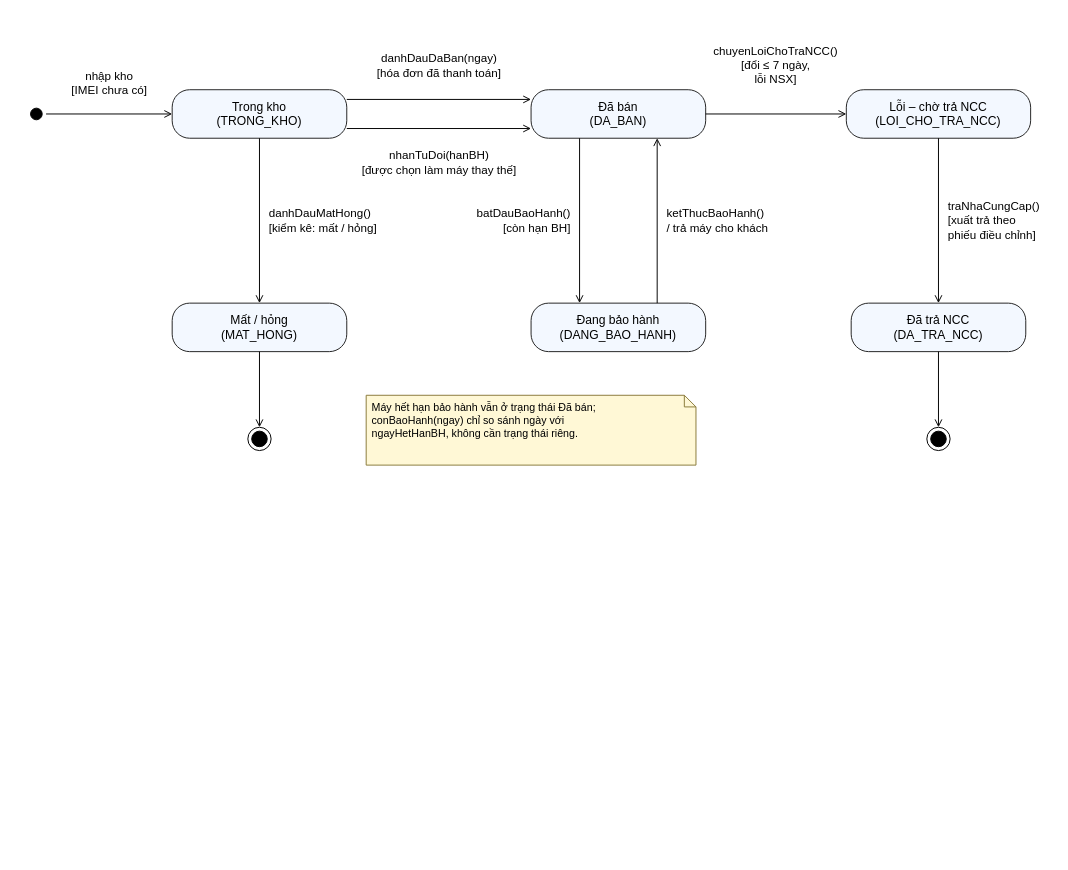
Earlier version of the draw.io diagram SoDo/12_State_MayDienThoai.drawio (trungkien1407/OOP). Source tidied: cells renumbered, new cells numbered last; positions are measured from the earlier drawing's top-left corner, leaving out a move shared by most shapes. Both pictures are drawn from the tidied source at 97%, with x=0, y=0 at pixel (26, 42).
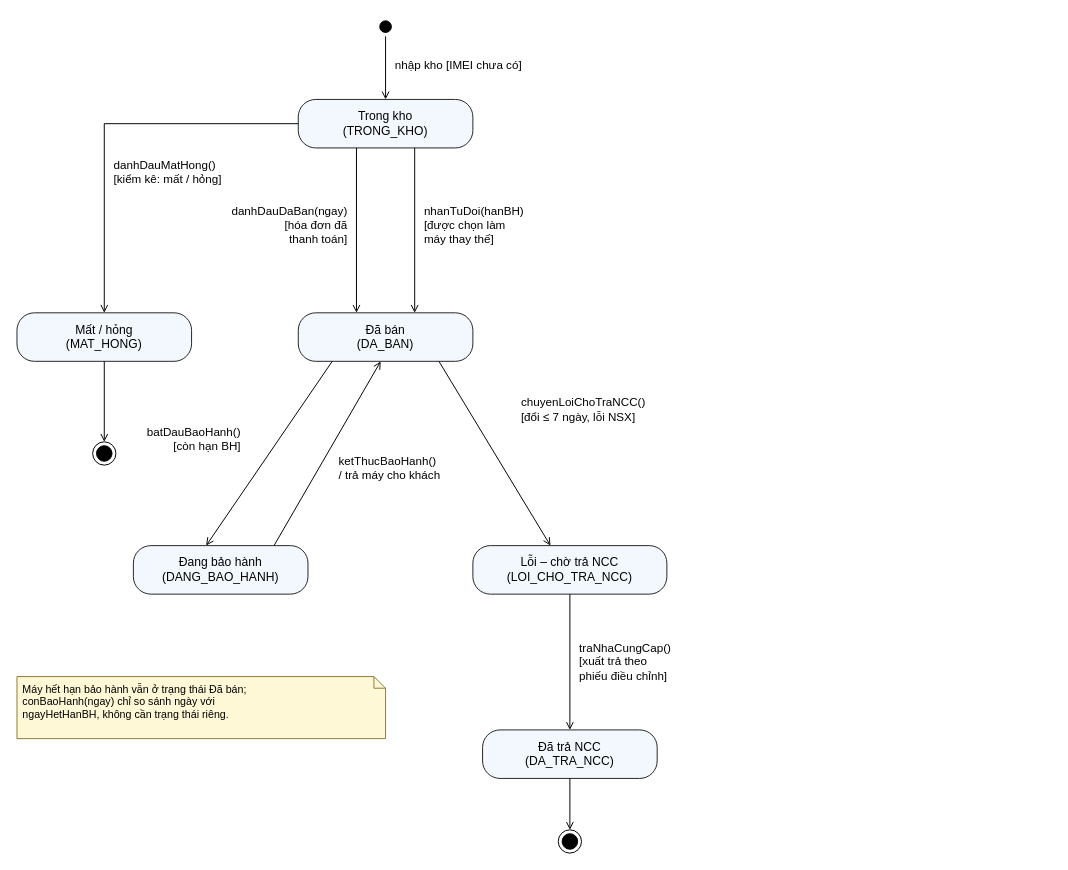
The same page after the edit.

Change to the diagram source:
```diff
@@
     <mxCell id="2" value="Trong kho&lt;br&gt;(TRONG_KHO)" style="rounded=1;whiteSpace=wrap;html=1;fillColor=#F3F8FF;strokeColor=#222;fontSize=12.5;arcSize=36;" parent="1" vertex="1">
-      <mxGeometry x="150" y="49" width="180" height="50" as="geometry" />
+      <mxGeometry x="280" y="59" width="180" height="50" as="geometry" />
     </mxCell>
     <mxCell id="3" value="Đã bán&lt;br&gt;(DA_BAN)" style="rounded=1;whiteSpace=wrap;html=1;fillColor=#F3F8FF;strokeColor=#222;fontSize=12.5;arcSize=36;" parent="1" vertex="1">
-      <mxGeometry x="520" y="49" width="180" height="50" as="geometry" />
+      <mxGeometry x="280" y="279" width="180" height="50" as="geometry" />
     </mxCell>
-    <mxCell id="4" value="Lỗi – chờ trả NCC&lt;br&gt;(LOI_CHO_TRA_NCC)" style="rounded=1;whiteSpace=wrap;html=1;fillColor=#F3F8FF;strokeColor=#222;fontSize=12.5;arcSize=36;" parent="1" vertex="1">
-      <mxGeometry x="845" y="49" width="190" height="50" as="geometry" />
+    <mxCell id="4" value="Mất / hỏng&lt;br&gt;(MAT_HONG)" style="rounded=1;whiteSpace=wrap;html=1;fillColor=#F3F8FF;strokeColor=#222;fontSize=12.5;arcSize=36;" parent="1" vertex="1">
+      <mxGeometry x="-10" y="279" width="180" height="50" as="geometry" />
     </mxCell>
     <mxCell id="5" value="Đang bảo hành&lt;br&gt;(DANG_BAO_HANH)" style="rounded=1;whiteSpace=wrap;html=1;fillColor=#F3F8FF;strokeColor=#222;fontSize=12.5;arcSize=36;" parent="1" vertex="1">
-      <mxGeometry x="520" y="269" width="180" height="50" as="geometry" />
+      <mxGeometry x="110" y="519" width="180" height="50" as="geometry" />
     </mxCell>
-    <mxCell id="6" value="Mất / hỏng&lt;br&gt;(MAT_HONG)" style="rounded=1;whiteSpace=wrap;html=1;fillColor=#F3F8FF;strokeColor=#222;fontSize=12.5;arcSize=36;" parent="1" vertex="1">
-      <mxGeometry x="150" y="269" width="180" height="50" as="geometry" />
+    <mxCell id="6" value="Lỗi – chờ trả NCC&lt;br&gt;(LOI_CHO_TRA_NCC)" style="rounded=1;whiteSpace=wrap;html=1;fillColor=#F3F8FF;strokeColor=#222;fontSize=12.5;arcSize=36;" parent="1" vertex="1">
+      <mxGeometry x="460" y="519" width="200" height="50" as="geometry" />
     </mxCell>
-    <mxCell id="7" style="ellipse;html=1;shape=startState;fillColor=#000000;strokeColor=#000000;" parent="1" vertex="1">
-      <mxGeometry y="64" width="20" height="20" as="geometry" />
+    <mxCell id="7" value="Đã trả NCC&lt;br&gt;(DA_TRA_NCC)" style="rounded=1;whiteSpace=wrap;html=1;fillColor=#F3F8FF;strokeColor=#222;fontSize=12.5;arcSize=36;" parent="1" vertex="1">
+      <mxGeometry x="470" y="709" width="180" height="50" as="geometry" />
     </mxCell>
-    <mxCell id="8" style="ellipse;html=1;shape=endState;fillColor=#000000;strokeColor=#000000;" parent="1" vertex="1">
-      <mxGeometry x="228" y="397" width="24" height="24" as="geometry" />
+    <mxCell id="8" style="ellipse;html=1;shape=startState;fillColor=#000000;strokeColor=#000000;" parent="1" vertex="1">
+      <mxGeometry x="360" y="-26" width="20" height="20" as="geometry" />
     </mxCell>
-    <mxCell id="9" value="Đã trả NCC&lt;br&gt;(DA_TRA_NCC)" style="rounded=1;whiteSpace=wrap;html=1;fillColor=#F3F8FF;strokeColor=#222;fontSize=12.5;arcSize=36;" parent="1" vertex="1">
-      <mxGeometry x="850" y="269" width="180" height="50" as="geometry" />
+    <mxCell id="9" style="ellipse;html=1;shape=endState;fillColor=#000000;strokeColor=#000000;" parent="1" vertex="1">
+      <mxGeometry x="68" y="412" width="24" height="24" as="geometry" />
     </mxCell>
     <mxCell id="10" style="ellipse;html=1;shape=endState;fillColor=#000000;strokeColor=#000000;" parent="1" vertex="1">
-      <mxGeometry x="928" y="397" width="24" height="24" as="geometry" />
+      <mxGeometry x="548" y="812" width="24" height="24" as="geometry" />
     </mxCell>
     <mxCell id="11" style="html=1;rounded=0;endArrow=open;endFill=0;startArrow=none;" parent="1" edge="1">
       <mxGeometry relative="1" as="geometry">
-        <mxPoint x="20" y="74" as="sourcePoint" />
-        <mxPoint x="150" y="74" as="targetPoint" />
+        <mxPoint x="370" y="-6" as="sourcePoint" />
+        <mxPoint x="370" y="59" as="targetPoint" />
       </mxGeometry>
     </mxCell>
-    <mxCell id="12" value="nhập kho&lt;br&gt;[IMEI chưa có]" style="text;html=1;align=center;verticalAlign=middle;fontSize=12;spacing=0;labelBackgroundColor=#ffffff;" parent="1" vertex="1">
-      <mxGeometry x="36.4" y="25" width="97.2" height="34" as="geometry" />
+    <mxCell id="12" value="nhập kho [IMEI chưa có]" style="text;html=1;align=left;verticalAlign=middle;fontSize=12;spacing=0;labelBackgroundColor=#ffffff;" parent="1" vertex="1">
+      <mxGeometry x="380" y="14.5" width="150.6" height="19" as="geometry" />
     </mxCell>
     <mxCell id="13" style="html=1;rounded=0;endArrow=open;endFill=0;startArrow=none;" parent="1" edge="1">
       <mxGeometry relative="1" as="geometry">
-        <mxPoint x="330" y="59" as="sourcePoint" />
-        <mxPoint x="520" y="59" as="targetPoint" />
+        <mxPoint x="340" y="109" as="sourcePoint" />
+        <mxPoint x="340" y="279" as="targetPoint" />
       </mxGeometry>
     </mxCell>
-    <mxCell id="14" value="danhDauDaBan(ngay)&lt;br&gt;[hóa đơn đã thanh toán]" style="text;html=1;align=center;verticalAlign=middle;fontSize=12;spacing=0;labelBackgroundColor=#ffffff;" parent="1" vertex="1">
-      <mxGeometry x="353.9" y="7" width="142.3" height="34" as="geometry" />
+    <mxCell id="14" value="danhDauDaBan(ngay)&lt;br&gt;[hóa đơn đã&lt;br&gt;thanh toán]" style="text;html=1;align=right;verticalAlign=middle;fontSize=12;spacing=0;labelBackgroundColor=#ffffff;" parent="1" vertex="1">
+      <mxGeometry x="204" y="164.5" width="126" height="49" as="geometry" />
     </mxCell>
     <mxCell id="15" style="html=1;rounded=0;endArrow=open;endFill=0;startArrow=none;" parent="1" edge="1">
       <mxGeometry relative="1" as="geometry">
-        <mxPoint x="330" y="89" as="sourcePoint" />
-        <mxPoint x="520" y="89" as="targetPoint" />
+        <mxPoint x="400" y="109" as="sourcePoint" />
+        <mxPoint x="400" y="279" as="targetPoint" />
       </mxGeometry>
     </mxCell>
-    <mxCell id="16" value="nhanTuDoi(hanBH)&lt;br&gt;[được chọn làm máy thay thế]" style="text;html=1;align=center;verticalAlign=middle;fontSize=12;spacing=0;labelBackgroundColor=#ffffff;" parent="1" vertex="1">
-      <mxGeometry x="336.6" y="107" width="176.7" height="34" as="geometry" />
+    <mxCell id="16" value="nhanTuDoi(hanBH)&lt;br&gt;[được chọn làm&lt;br&gt;máy thay thế]" style="text;html=1;align=left;verticalAlign=middle;fontSize=12;spacing=0;labelBackgroundColor=#ffffff;" parent="1" vertex="1">
+      <mxGeometry x="410" y="164.5" width="111.6" height="49" as="geometry" />
     </mxCell>
     <mxCell id="17" style="html=1;rounded=0;endArrow=open;endFill=0;startArrow=none;" parent="1" edge="1">
       <mxGeometry relative="1" as="geometry">
-        <mxPoint x="700" y="74" as="sourcePoint" />
-        <mxPoint x="845" y="74" as="targetPoint" />
+        <mxPoint x="280" y="84" as="sourcePoint" />
+        <mxPoint x="80" y="279" as="targetPoint" />
+        <Array as="points">
+          <mxPoint x="80" y="84" />
+        </Array>
       </mxGeometry>
     </mxCell>
-    <mxCell id="18" value="chuyenLoiChoTraNCC()&lt;br&gt;[đổi ≤ 7 ngày,&lt;br&gt;lỗi NSX]" style="text;html=1;align=center;verticalAlign=middle;fontSize=12;spacing=0;labelBackgroundColor=#ffffff;" parent="1" vertex="1">
-      <mxGeometry x="701.5" y="-0.5" width="141.1" height="49" as="geometry" />
+    <mxCell id="18" value="danhDauMatHong()&lt;br&gt;[kiểm kê: mất / hỏng]" style="text;html=1;align=left;verticalAlign=middle;fontSize=12;spacing=0;labelBackgroundColor=#ffffff;" parent="1" vertex="1">
+      <mxGeometry x="90" y="117" width="130.8" height="34" as="geometry" />
     </mxCell>
     <mxCell id="19" style="html=1;rounded=0;endArrow=open;endFill=0;startArrow=none;" parent="1" edge="1">
       <mxGeometry relative="1" as="geometry">
-        <mxPoint x="570" y="99" as="sourcePoint" />
-        <mxPoint x="570" y="269" as="targetPoint" />
+        <mxPoint x="80" y="329" as="sourcePoint" />
+        <mxPoint x="80" y="412" as="targetPoint" />
       </mxGeometry>
     </mxCell>
-    <mxCell id="20" value="batDauBaoHanh()&lt;br&gt;[còn hạn BH]" style="text;html=1;align=right;verticalAlign=middle;fontSize=12;spacing=0;labelBackgroundColor=#ffffff;" parent="1" vertex="1">
-      <mxGeometry x="453.8" y="167" width="106.2" height="34" as="geometry" />
+    <mxCell id="20" style="html=1;rounded=0;endArrow=open;endFill=0;startArrow=none;" parent="1" edge="1">
+      <mxGeometry relative="1" as="geometry">
+        <mxPoint x="315" y="329" as="sourcePoint" />
+        <mxPoint x="185" y="519" as="targetPoint" />
+      </mxGeometry>
     </mxCell>
-    <mxCell id="21" style="html=1;rounded=0;endArrow=open;endFill=0;startArrow=none;" parent="1" edge="1">
-      <mxGeometry relative="1" as="geometry">
-        <mxPoint x="650" y="269" as="sourcePoint" />
-        <mxPoint x="650" y="99" as="targetPoint" />
-      </mxGeometry>
+    <mxCell id="21" value="batDauBaoHanh()&lt;br&gt;[còn hạn BH]" style="text;html=1;align=right;verticalAlign=middle;fontSize=12;spacing=0;labelBackgroundColor=#ffffff;" parent="1" vertex="1">
+      <mxGeometry x="113.8" y="392" width="106.2" height="34" as="geometry" />
     </mxCell>
-    <mxCell id="22" value="ketThucBaoHanh()&lt;br&gt;/ trả máy cho khách" style="text;html=1;align=left;verticalAlign=middle;fontSize=12;spacing=0;labelBackgroundColor=#ffffff;" parent="1" vertex="1">
-      <mxGeometry x="660" y="167" width="125" height="34" as="geometry" />
+    <mxCell id="22" style="html=1;rounded=0;endArrow=open;endFill=0;startArrow=none;" parent="1" edge="1">
+      <mxGeometry relative="1" as="geometry">
+        <mxPoint x="255" y="519" as="sourcePoint" />
+        <mxPoint x="365" y="329" as="targetPoint" />
+      </mxGeometry>
     </mxCell>
-    <mxCell id="23" style="html=1;rounded=0;endArrow=open;endFill=0;startArrow=none;" parent="1" edge="1">
-      <mxGeometry relative="1" as="geometry">
-        <mxPoint x="240" y="99" as="sourcePoint" />
-        <mxPoint x="240" y="269" as="targetPoint" />
-      </mxGeometry>
+    <mxCell id="23" value="ketThucBaoHanh()&lt;br&gt;/ trả máy cho khách" style="text;html=1;align=left;verticalAlign=middle;fontSize=12;spacing=0;labelBackgroundColor=#ffffff;" parent="1" vertex="1">
+      <mxGeometry x="322" y="422" width="125" height="34" as="geometry" />
     </mxCell>
-    <mxCell id="24" value="danhDauMatHong()&lt;br&gt;[kiểm kê: mất / hỏng]" style="text;html=1;align=left;verticalAlign=middle;fontSize=12;spacing=0;labelBackgroundColor=#ffffff;" parent="1" vertex="1">
-      <mxGeometry x="250" y="167" width="130.8" height="34" as="geometry" />
+    <mxCell id="24" style="html=1;rounded=0;endArrow=open;endFill=0;startArrow=none;" parent="1" edge="1">
+      <mxGeometry relative="1" as="geometry">
+        <mxPoint x="425" y="329" as="sourcePoint" />
+        <mxPoint x="540" y="519" as="targetPoint" />
+      </mxGeometry>
     </mxCell>
-    <mxCell id="25" style="html=1;rounded=0;endArrow=open;endFill=0;startArrow=none;" parent="1" edge="1">
-      <mxGeometry relative="1" as="geometry">
-        <mxPoint x="240" y="319" as="sourcePoint" />
-        <mxPoint x="240" y="397" as="targetPoint" />
-      </mxGeometry>
+    <mxCell id="25" value="chuyenLoiChoTraNCC()&lt;br&gt;[đổi ≤ 7 ngày, lỗi NSX]" style="text;html=1;align=left;verticalAlign=middle;fontSize=12;spacing=0;labelBackgroundColor=#ffffff;" parent="1" vertex="1">
+      <mxGeometry x="510" y="362" width="141.1" height="34" as="geometry" />
     </mxCell>
     <mxCell id="26" style="html=1;rounded=0;endArrow=open;endFill=0;startArrow=none;" parent="1" edge="1">
       <mxGeometry relative="1" as="geometry">
-        <mxPoint x="940" y="99" as="sourcePoint" />
-        <mxPoint x="940" y="269" as="targetPoint" />
+        <mxPoint x="560" y="569" as="sourcePoint" />
+        <mxPoint x="560" y="709" as="targetPoint" />
       </mxGeometry>
     </mxCell>
     <mxCell id="27" value="traNhaCungCap()&lt;br&gt;[xuất trả theo&lt;br&gt;phiếu điều chỉnh]" style="text;html=1;align=left;verticalAlign=middle;fontSize=12;spacing=0;labelBackgroundColor=#ffffff;" parent="1" vertex="1">
-      <mxGeometry x="950" y="159.5" width="106.2" height="49" as="geometry" />
+      <mxGeometry x="570" y="614.5" width="106.2" height="49" as="geometry" />
     </mxCell>
     <mxCell id="28" style="html=1;rounded=0;endArrow=open;endFill=0;startArrow=none;" parent="1" edge="1">
       <mxGeometry relative="1" as="geometry">
-        <mxPoint x="940" y="319" as="sourcePoint" />
-        <mxPoint x="940" y="397" as="targetPoint" />
+        <mxPoint x="560" y="759" as="sourcePoint" />
+        <mxPoint x="560" y="812" as="targetPoint" />
       </mxGeometry>
     </mxCell>
     <mxCell id="29" value="Máy hết hạn bảo hành vẫn ở trạng thái Đã bán;&lt;br&gt;conBaoHanh(ngay) chỉ so sánh ngày với&lt;br&gt;ngayHetHanBH, không cần trạng thái riêng." style="shape=note;whiteSpace=wrap;html=1;size=12;align=left;verticalAlign=top;spacingLeft=4;fillColor=#FFF8D6;strokeColor=#8a7a3a;fontSize=11;" parent="1" vertex="1">
-      <mxGeometry x="350" y="364" width="340" height="72" as="geometry" />
+      <mxGeometry x="-10" y="654" width="380" height="64" as="geometry" />
     </mxCell>
```
